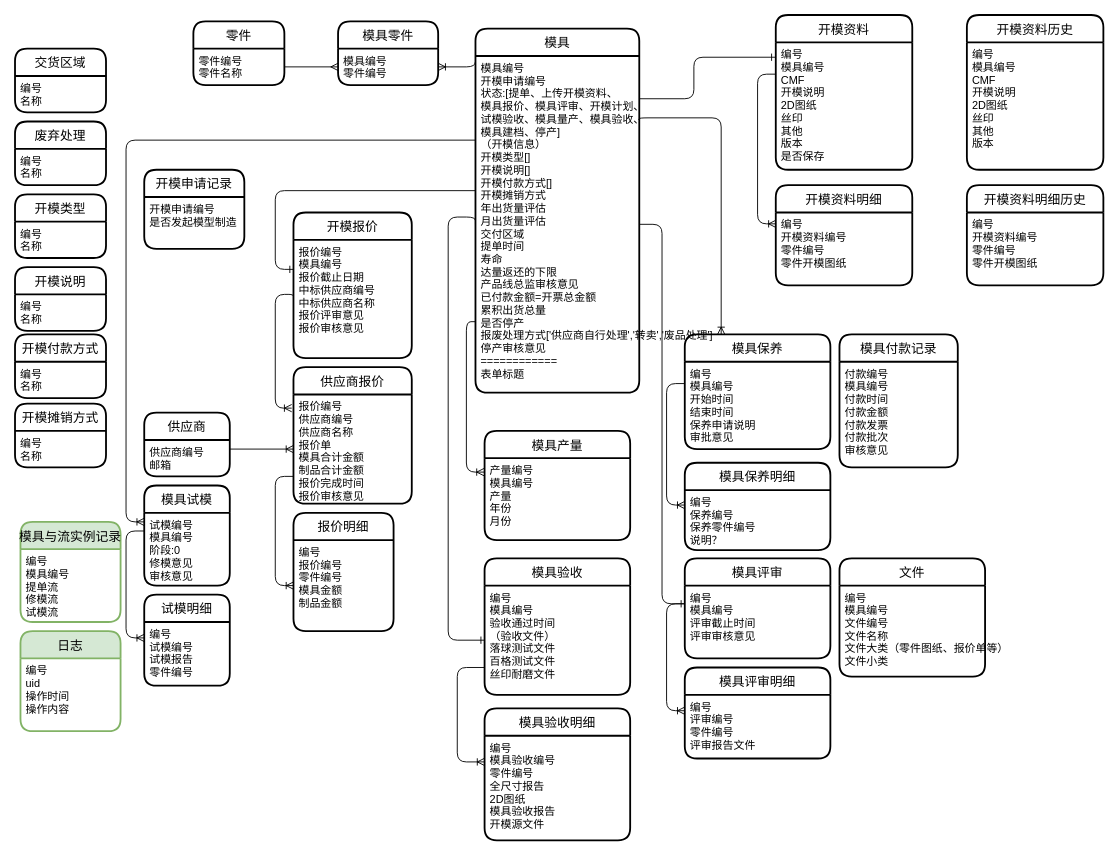
Before: page "类图" (1 of 4) of MMS/MMS.drawio in waterwatermelon/graph, a draw.io diagram. Source tidied: cells renumbered, new cells numbered last; positions are measured from the earlier drawing's top-left corner, leaving out a move shared by most shapes. Both pictures are drawn from the tidied source at 91%, with x=0, y=0 at pixel (15, 15).
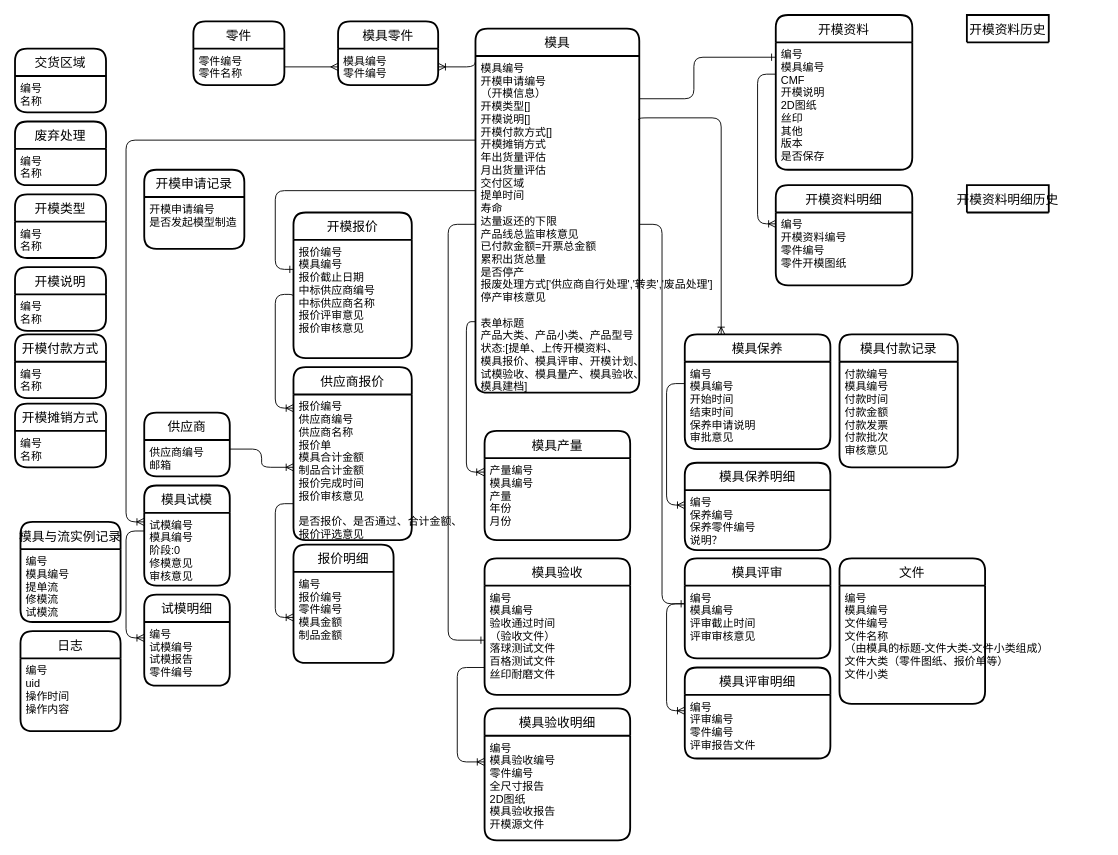
After the change.

The change refers to these unchanged cells:
```xml
<mxCell id="4" value="报价编号&#10;模具编号&#10;报价截止日期&#10;中标供应商编号&#10;中标供应商名称&#10;报价评审意见&#10;报价审核意见" style="align=left;strokeColor=none;fillColor=none;spacingLeft=4;fontSize=12;verticalAlign=top;" parent="3" vertex="1">
  <mxGeometry y="30" width="130" height="130" as="geometry" />
</mxCell>
<mxCell id="44" value="模具" style="swimlane;horizontal=1;startSize=30;rounded=1;fontSize=14;fontStyle=0;strokeWidth=2;shadow=0;dashed=0;align=center;" parent="1" vertex="1">
  <mxGeometry x="506" y="15" width="180" height="400" as="geometry" />
</mxCell>
<mxCell id="72" value="编号&#10;模具编号&#10;验收通过时间&#10;（验收文件）&#10;落球测试文件&#10;百格测试文件&#10;丝印耐磨文件&#10;" style="align=left;strokeColor=none;fillColor=none;spacingLeft=4;fontSize=12;verticalAlign=top;" parent="71" vertex="1">
  <mxGeometry y="30" width="160" height="120" as="geometry" />
</mxCell>
```

Change to the diagram source:
```diff
@@
-    <mxCell id="2" style="edgeStyle=orthogonalEdgeStyle;fontSize=12;html=1;endArrow=none;startArrow=ERoneToMany;startFill=0;endFill=0;entryX=0;entryY=0.5;entryDx=0;entryDy=0;exitX=-0.015;exitY=0.125;exitDx=0;exitDy=0;exitPerimeter=0;" parent="1" edge="1" source="50" target="4">
+    <mxCell id="2" style="edgeStyle=orthogonalEdgeStyle;fontSize=12;html=1;endArrow=none;startArrow=ERoneToMany;startFill=0;endFill=0;entryX=0;entryY=0.5;entryDx=0;entryDy=0;" parent="1" edge="1" source="50" target="4">
       <mxGeometry relative="1" as="geometry">
         <Array as="points">
           <mxPoint x="286" y="432" />
           <mxPoint x="286" y="307" />
           <mxPoint x="306" y="307" />
         </Array>
       </mxGeometry>
     </mxCell>
@@
-    <mxCell id="9" value="开模资料明细历史" style="swimlane;horizontal=1;startSize=30;rounded=1;fontSize=14;fontStyle=0;strokeWidth=2;shadow=0;dashed=0;align=center;" parent="1" vertex="1">
-      <mxGeometry x="1046" y="187" width="150" height="110" as="geometry" />
+    <mxCell id="9" value="开模资料明细历史" style="swimlane;horizontal=1;startSize=30;rounded=1;fontSize=14;fontStyle=0;strokeWidth=2;shadow=0;dashed=0;align=center;" parent="1" vertex="1" collapsed="1">
+      <mxGeometry x="1046" y="187" width="90" height="30" as="geometry" />
     </mxCell>
-    <mxCell id="10" value="编号&#10;开模资料编号&#10;零件编号&#10;零件开模图纸&#10;&#10;&#10;" style="align=left;strokeColor=none;fillColor=none;spacingLeft=4;fontSize=12;verticalAlign=top;" parent="9" vertex="1">
-      <mxGeometry y="30" width="150" height="80" as="geometry" />
-    </mxCell>
     <mxCell id="11" style="edgeStyle=orthogonalEdgeStyle;rounded=1;jettySize=auto;html=1;exitX=0;exitY=0.5;exitDx=0;exitDy=0;entryX=0;entryY=0.5;entryDx=0;entryDy=0;startArrow=none;startFill=0;endArrow=ERone;endFill=0;strokeColor=#000000;fontColor=#BBBBBB;" parent="1" edge="1" source="45" target="72">
       <mxGeometry relative="1" as="geometry">
         <Array as="points">
-          <mxPoint x="476" y="222" />
+          <mxPoint x="476" y="230" />
           <mxPoint x="476" y="687" />
         </Array>
       </mxGeometry>
     </mxCell>
@@
-    <mxCell id="45" value="模具编号&#10;开模申请编号&#10;状态:[提单、上传开模资料、&#10;模具报价、模具评审、开模计划、&#10;试模验收、模具量产、模具验收、&#10;模具建档、停产]&#10;（开模信息）&#10;开模类型[]&#10;开模说明[]&#10;开模付款方式[]&#10;开模摊销方式&#10;年出货量评估&#10;月出货量评估&#10;交付区域&#10;提单时间&#10;寿命&#10;达量返还的下限&#10;产品线总监审核意见&#10;已付款金额=开票总金额&#10;累积出货总量&#10;是否停产&#10;报废处理方式['供应商自行处理','转卖','废品处理']&#10;停产审核意见&#10;============&#10;表单标题" style="align=left;strokeColor=none;fillColor=none;spacingLeft=4;fontSize=12;verticalAlign=top;" parent="44" vertex="1">
+    <mxCell id="45" value="模具编号&#10;开模申请编号&#10;（开模信息）&#10;开模类型[]&#10;开模说明[]&#10;开模付款方式[]&#10;开模摊销方式&#10;年出货量评估&#10;月出货量评估&#10;交付区域&#10;提单时间&#10;寿命&#10;达量返还的下限&#10;产品线总监审核意见&#10;已付款金额=开票总金额&#10;累积出货总量&#10;是否停产&#10;报废处理方式['供应商自行处理','转卖','废品处理']&#10;停产审核意见&#10;&#10;表单标题&#10;产品大类、产品小类、产品型号&#10;状态:[提单、上传开模资料、&#10;模具报价、模具评审、开模计划、&#10;试模验收、模具量产、模具验收、&#10;模具建档]" style="align=left;strokeColor=none;fillColor=none;spacingLeft=4;fontSize=12;verticalAlign=top;" parent="44" vertex="1">
       <mxGeometry y="30" width="180" height="370" as="geometry" />
     </mxCell>
@@
     <mxCell id="49" value="供应商报价" style="swimlane;horizontal=1;startSize=30;rounded=1;fontSize=14;fontStyle=0;strokeWidth=2;shadow=0;dashed=0;align=center;" parent="1" vertex="1">
-      <mxGeometry x="306" y="387" width="130" height="150" as="geometry" />
+      <mxGeometry x="306" y="387" width="130" height="190" as="geometry" />
     </mxCell>
-    <mxCell id="50" value="报价编号&#10;供应商编号&#10;供应商名称&#10;报价单&#10;模具合计金额&#10;制品合计金额&#10;报价完成时间&#10;报价审核意见" style="align=left;strokeColor=none;fillColor=none;spacingLeft=4;fontSize=12;verticalAlign=top;" parent="49" vertex="1">
-      <mxGeometry y="30" width="130" height="120" as="geometry" />
+    <mxCell id="50" value="报价编号&#10;供应商编号&#10;供应商名称&#10;报价单&#10;模具合计金额&#10;制品合计金额&#10;报价完成时间&#10;报价审核意见&#10;&#10;是否报价、是否通过、合计金额、&#10;报价评选意见" style="align=left;strokeColor=none;fillColor=none;spacingLeft=4;fontSize=12;verticalAlign=top;" parent="49" vertex="1">
+      <mxGeometry y="30" width="130" height="160" as="geometry" />
     </mxCell>
-    <mxCell id="51" value="开模资料历史" style="swimlane;horizontal=1;startSize=30;rounded=1;fontSize=14;fontStyle=0;strokeWidth=2;shadow=0;dashed=0;align=center;" parent="1" vertex="1">
-      <mxGeometry x="1046" width="150" height="170" as="geometry" />
+    <mxCell id="51" value="开模资料历史" style="swimlane;horizontal=1;startSize=30;rounded=1;fontSize=14;fontStyle=0;strokeWidth=2;shadow=0;dashed=0;align=center;" parent="1" vertex="1" collapsed="1">
+      <mxGeometry x="1046" width="90" height="30" as="geometry" />
     </mxCell>
-    <mxCell id="52" value="编号&#10;模具编号&#10;CMF&#10;开模说明&#10;2D图纸&#10;丝印&#10;其他&#10;版本" style="align=left;strokeColor=none;fillColor=none;spacingLeft=4;fontSize=12;verticalAlign=top;" parent="51" vertex="1">
-      <mxGeometry y="30" width="150" height="140" as="geometry" />
-    </mxCell>
@@
-    <mxCell id="58" value="报价明细" style="swimlane;horizontal=1;startSize=30;rounded=1;fontSize=14;fontStyle=0;strokeWidth=2;shadow=0;dashed=0;align=center;" parent="1" vertex="1">
-      <mxGeometry x="306" y="547" width="110" height="130" as="geometry" />
-    </mxCell>
-    <mxCell id="59" value="编号&#10;报价编号&#10;零件编号 &#10;模具金额 &#10;制品金额" style="align=left;strokeColor=none;fillColor=none;spacingLeft=4;fontSize=12;verticalAlign=top;" parent="58" vertex="1">
-      <mxGeometry y="30" width="110" height="100" as="geometry" />
-    </mxCell>
@@
     <mxCell id="75" value="文件" style="swimlane;horizontal=1;startSize=30;rounded=1;fontSize=14;fontStyle=0;strokeWidth=2;shadow=0;dashed=0;align=center;" parent="1" vertex="1">
-      <mxGeometry x="906" y="597" width="160" height="130" as="geometry" />
+      <mxGeometry x="906" y="597" width="160" height="160" as="geometry" />
     </mxCell>
-    <mxCell id="76" value="编号&#10;模具编号&#10;文件编号&#10;文件名称&#10;文件大类（零件图纸、报价单等）&#10;文件小类&#10;&#10;&#10;" style="align=left;strokeColor=none;fillColor=none;spacingLeft=4;fontSize=12;verticalAlign=top;" parent="75" vertex="1">
-      <mxGeometry y="30" width="160" height="100" as="geometry" />
+    <mxCell id="76" value="编号&#10;模具编号&#10;文件编号&#10;文件名称&#10;（由模具的标题-文件大类-文件小类组成）&#10;文件大类（零件图纸、报价单等）&#10;文件小类&#10;&#10;&#10;" style="align=left;strokeColor=none;fillColor=none;spacingLeft=4;fontSize=12;verticalAlign=top;" parent="75" vertex="1">
+      <mxGeometry y="30" width="160" height="130" as="geometry" />
     </mxCell>
-    <mxCell id="77" value="模具与流实例记录" style="swimlane;horizontal=1;startSize=30;rounded=1;fontSize=14;fontStyle=0;strokeWidth=2;shadow=0;dashed=0;align=center;fillColor=#d5e8d4;strokeColor=#82b366;" parent="1" vertex="1">
+    <mxCell id="77" value="模具与流实例记录" style="swimlane;horizontal=1;startSize=30;rounded=1;fontSize=14;fontStyle=0;strokeWidth=2;shadow=0;dashed=0;align=center;" parent="1" vertex="1">
       <mxGeometry x="6" y="557" width="110" height="110" as="geometry" />
     </mxCell>
@@
-    <mxCell id="79" value="日志" style="swimlane;horizontal=1;startSize=30;rounded=1;fontSize=14;fontStyle=0;strokeWidth=2;shadow=0;dashed=0;align=center;fillColor=#d5e8d4;strokeColor=#82b366;" parent="1" vertex="1">
+    <mxCell id="79" value="日志" style="swimlane;horizontal=1;startSize=30;rounded=1;fontSize=14;fontStyle=0;strokeWidth=2;shadow=0;dashed=0;align=center;" parent="1" vertex="1">
       <mxGeometry x="6" y="677" width="110" height="110" as="geometry" />
     </mxCell>
@@
+    <mxCell id="58" value="报价明细" style="swimlane;horizontal=1;startSize=30;rounded=1;fontSize=14;fontStyle=0;strokeWidth=2;shadow=0;dashed=0;align=center;" parent="1" vertex="1">
+      <mxGeometry x="306" y="582" width="110" height="130" as="geometry" />
+    </mxCell>
+    <mxCell id="59" value="编号&#10;报价编号&#10;零件编号 &#10;模具金额 &#10;制品金额" style="align=left;strokeColor=none;fillColor=none;spacingLeft=4;fontSize=12;verticalAlign=top;" parent="58" vertex="1">
+      <mxGeometry y="30" width="110" height="100" as="geometry" />
+    </mxCell>
```
